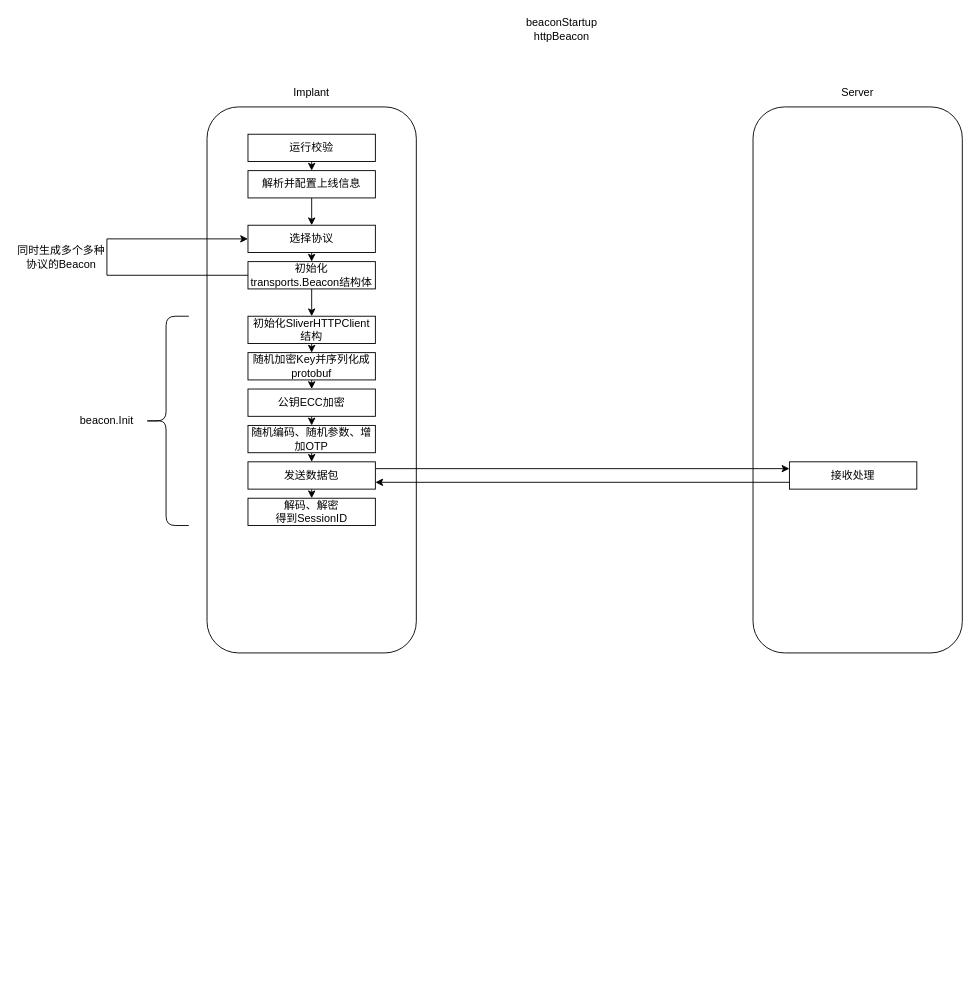
Earlier version of the draw.io diagram sliver.drawio (l4stchance/sliver). Source tidied: cells renumbered, new cells numbered last; positions are measured from the earlier drawing's top-left corner, leaving out a move shared by most shapes. Both pictures are drawn from the tidied source at 91%, with x=0, y=0 at pixel (15, 15).
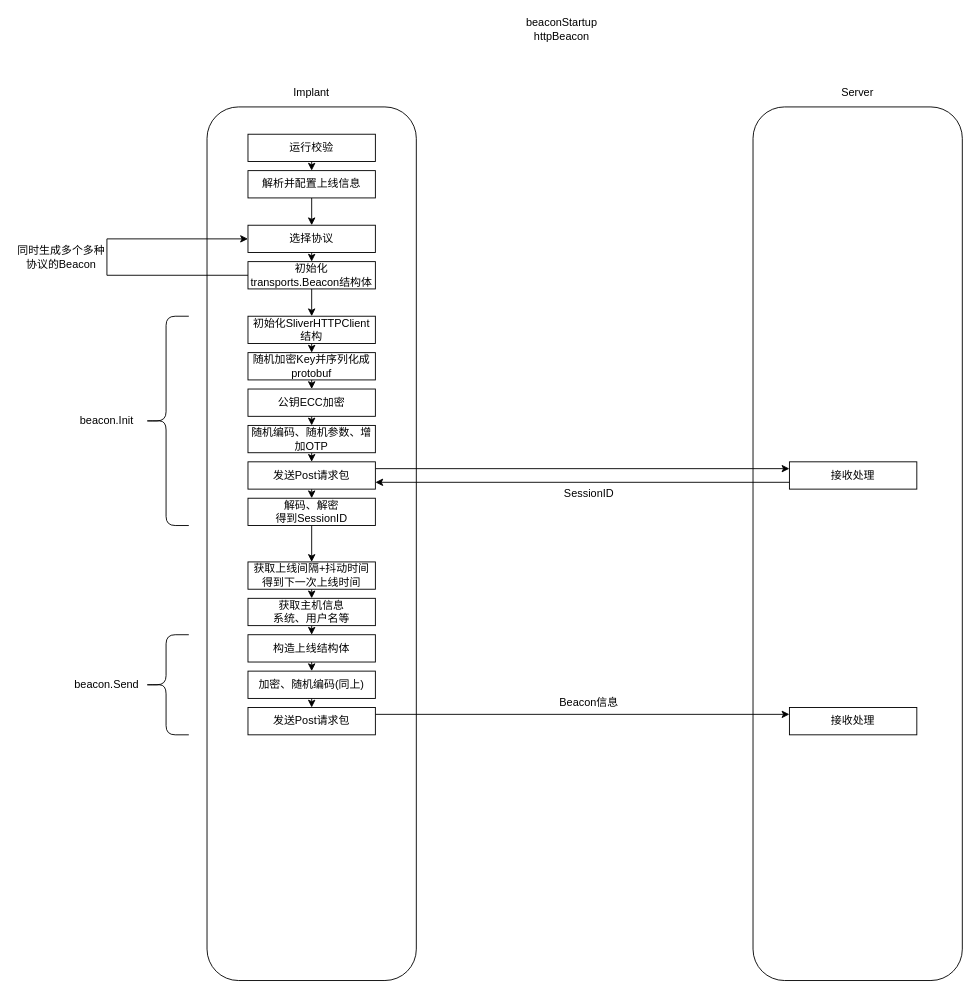
The same diagram, later.

The change refers to these unchanged cells:
```xml
<mxCell id="30" value="解码、解密&lt;br&gt;得到SessionID" style="rounded=0;whiteSpace=wrap;html=1;" parent="1" vertex="1">
  <mxGeometry x="255" y="530" width="140" height="30" as="geometry" />
</mxCell>
```

The edit, as a diff of the source:
```diff
@@
     <mxCell id="2" style="rounded=1;whiteSpace=wrap;html=1;" parent="1" vertex="1">
-      <mxGeometry x="210" y="100" width="230" height="600" as="geometry" />
+      <mxGeometry x="210" y="100" width="230" height="960" as="geometry" />
     </mxCell>
     <mxCell id="3" style="rounded=1;whiteSpace=wrap;html=1;" parent="1" vertex="1">
-      <mxGeometry x="810" y="100" width="230" height="600" as="geometry" />
+      <mxGeometry x="810" y="100" width="230" height="960" as="geometry" />
     </mxCell>
@@
-    <mxCell id="27" value="发送数据包" style="rounded=0;whiteSpace=wrap;html=1;" parent="1" vertex="1">
+    <mxCell id="27" value="发送Post请求包" style="rounded=0;whiteSpace=wrap;html=1;" parent="1" vertex="1">
       <mxGeometry x="255" y="490" width="140" height="30" as="geometry" />
     </mxCell>
@@
+    <mxCell id="33" style="edgeStyle=orthogonalEdgeStyle;rounded=0;jettySize=auto;html=1;exitX=0.5;exitY=1;exitDx=0;exitDy=0;" parent="1" edge="1" source="30" target="35">
+      <mxGeometry relative="1" as="geometry" />
+    </mxCell>
@@
+    <mxCell id="34" style="edgeStyle=orthogonalEdgeStyle;rounded=0;jettySize=auto;html=1;exitX=0.5;exitY=1;exitDx=0;exitDy=0;entryX=0.5;entryY=0;entryDx=0;entryDy=0;" parent="1" edge="1" source="35" target="37">
+      <mxGeometry relative="1" as="geometry" />
+    </mxCell>
+    <mxCell id="35" value="获取上线间隔+抖动时间&lt;br&gt;得到下一次上线时间" style="rounded=0;whiteSpace=wrap;html=1;" parent="1" vertex="1">
+      <mxGeometry x="255" y="600" width="140" height="30" as="geometry" />
+    </mxCell>
+    <mxCell id="36" style="edgeStyle=orthogonalEdgeStyle;rounded=0;jettySize=auto;html=1;exitX=0.5;exitY=1;exitDx=0;exitDy=0;entryX=0.5;entryY=0;entryDx=0;entryDy=0;" parent="1" edge="1" source="37" target="39">
+      <mxGeometry relative="1" as="geometry" />
+    </mxCell>
+    <mxCell id="37" value="获取主机信息&lt;br&gt;系统、用户名等" style="rounded=0;whiteSpace=wrap;html=1;" parent="1" vertex="1">
+      <mxGeometry x="255" y="640" width="140" height="30" as="geometry" />
+    </mxCell>
+    <mxCell id="38" style="edgeStyle=orthogonalEdgeStyle;rounded=0;jettySize=auto;html=1;exitX=0.5;exitY=1;exitDx=0;exitDy=0;entryX=0.5;entryY=0;entryDx=0;entryDy=0;" parent="1" edge="1" source="39" target="41">
+      <mxGeometry relative="1" as="geometry" />
+    </mxCell>
+    <mxCell id="39" value="构造上线结构体" style="rounded=0;whiteSpace=wrap;html=1;" parent="1" vertex="1">
+      <mxGeometry x="255" y="680" width="140" height="30" as="geometry" />
+    </mxCell>
+    <mxCell id="40" style="edgeStyle=orthogonalEdgeStyle;rounded=0;jettySize=auto;html=1;exitX=0.5;exitY=1;exitDx=0;exitDy=0;entryX=0.5;entryY=0;entryDx=0;entryDy=0;" parent="1" edge="1" source="41" target="44">
+      <mxGeometry relative="1" as="geometry" />
+    </mxCell>
+    <mxCell id="41" value="加密、随机编码(同上)" style="rounded=0;whiteSpace=wrap;html=1;" parent="1" vertex="1">
+      <mxGeometry x="255" y="720" width="140" height="30" as="geometry" />
+    </mxCell>
+    <mxCell id="42" value="SessionID" style="text;html=1;strokeColor=none;fillColor=none;align=center;verticalAlign=middle;whiteSpace=wrap;rounded=0;" parent="1" vertex="1">
+      <mxGeometry x="600" y="510" width="60" height="30" as="geometry" />
+    </mxCell>
+    <mxCell id="43" style="edgeStyle=orthogonalEdgeStyle;rounded=0;jettySize=auto;html=1;exitX=1;exitY=0.25;exitDx=0;exitDy=0;entryX=0;entryY=0.25;entryDx=0;entryDy=0;" parent="1" edge="1" source="44" target="45">
+      <mxGeometry relative="1" as="geometry" />
+    </mxCell>
+    <mxCell id="44" value="发送Post请求包" style="rounded=0;whiteSpace=wrap;html=1;" parent="1" vertex="1">
+      <mxGeometry x="255" y="760" width="140" height="30" as="geometry" />
+    </mxCell>
+    <mxCell id="45" value="接收处理" style="rounded=0;whiteSpace=wrap;html=1;" parent="1" vertex="1">
+      <mxGeometry x="850" y="760" width="140" height="30" as="geometry" />
+    </mxCell>
+    <mxCell id="46" value="Beacon信息" style="text;html=1;strokeColor=none;fillColor=none;align=center;verticalAlign=middle;whiteSpace=wrap;rounded=0;" parent="1" vertex="1">
+      <mxGeometry x="590" y="740" width="80" height="30" as="geometry" />
+    </mxCell>
+    <mxCell id="47" style="shape=curlyBracket;whiteSpace=wrap;html=1;rounded=1;labelPosition=left;verticalLabelPosition=middle;align=right;verticalAlign=middle;" parent="1" vertex="1">
+      <mxGeometry x="140" y="680" width="50" height="110" as="geometry" />
+    </mxCell>
+    <mxCell id="48" value="beacon.Send" style="text;html=1;strokeColor=none;fillColor=none;align=center;verticalAlign=middle;whiteSpace=wrap;rounded=0;" parent="1" vertex="1">
+      <mxGeometry x="50" y="720" width="100" height="30" as="geometry" />
+    </mxCell>
```
